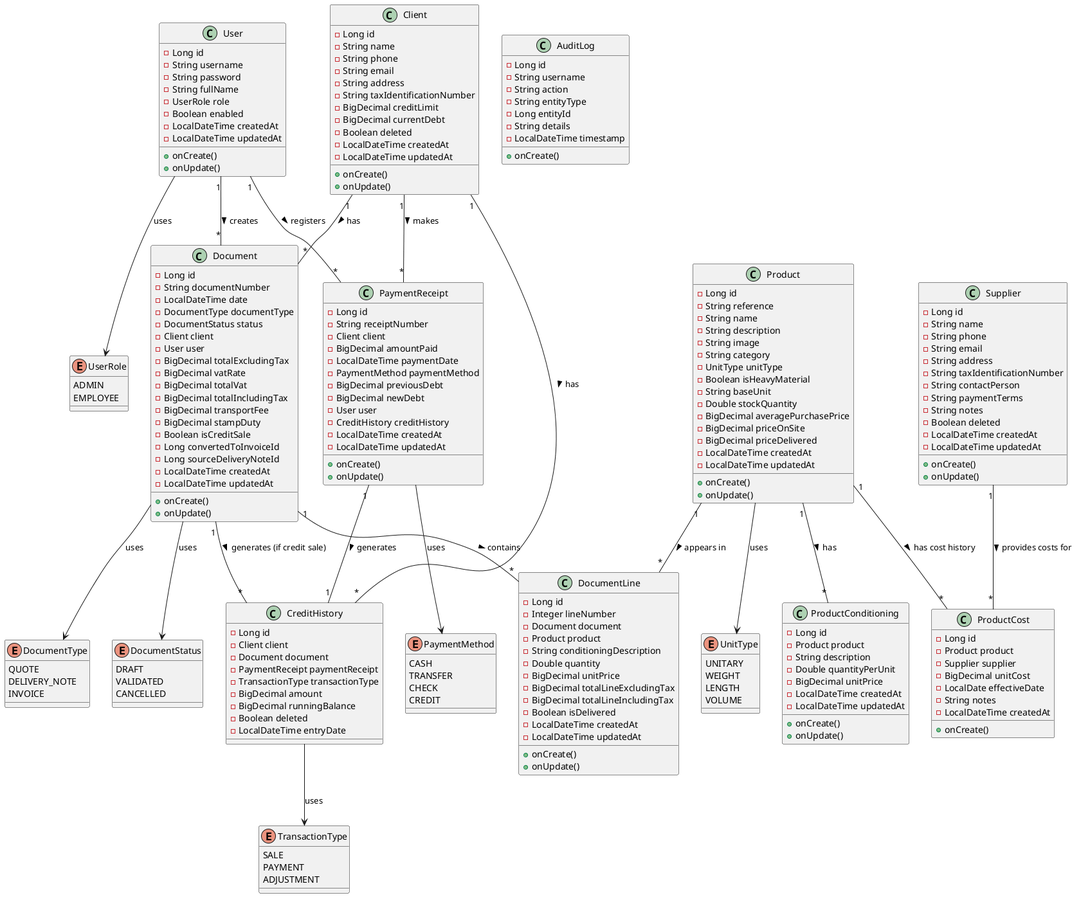
Above: docs/images/Hardware-Store-Class-Diagram.png in mAmineChniti/hardware_store (PlantUML), before the change.
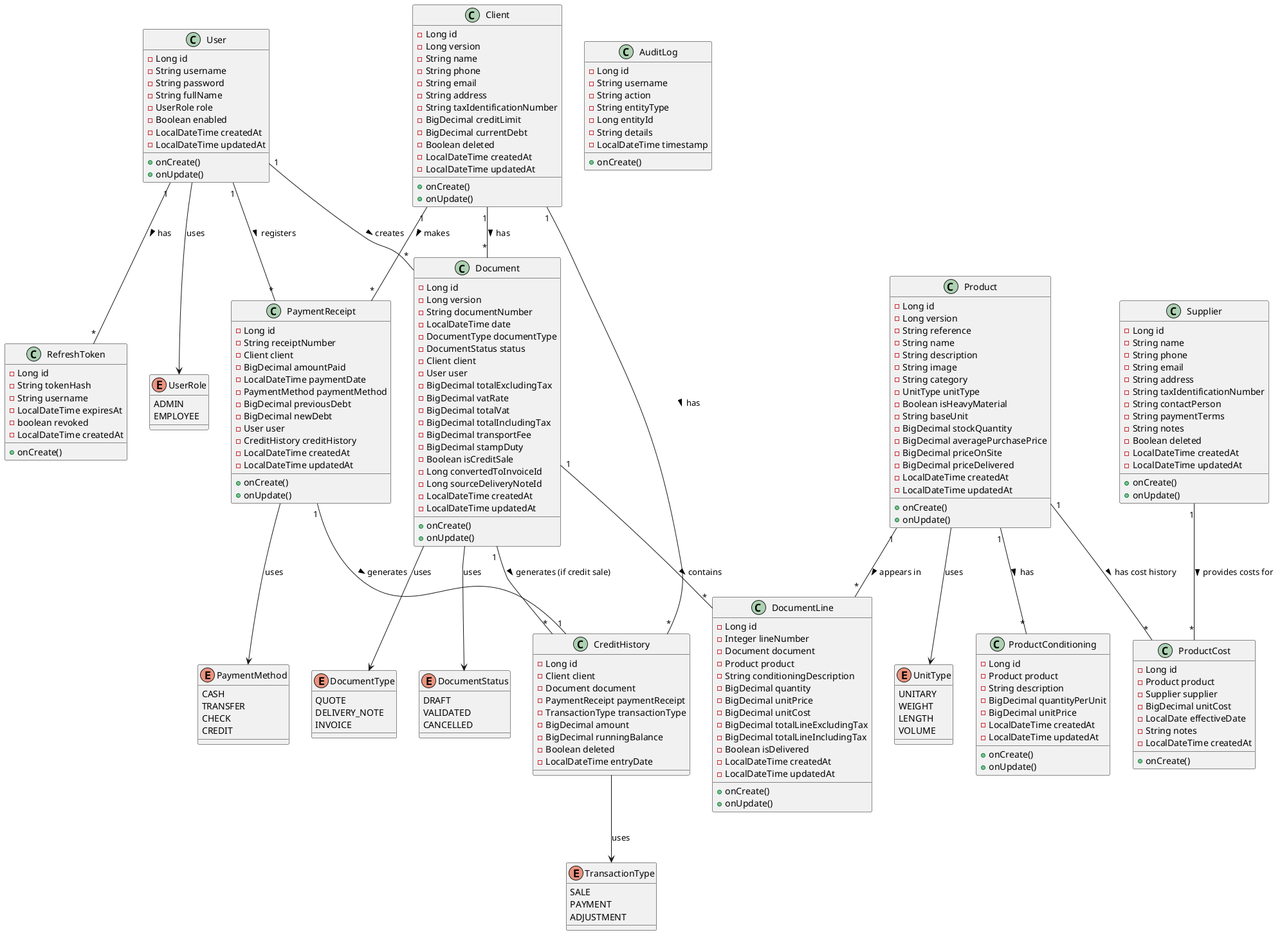
The same diagram one commit later.

What changed in the source:
```diff
@@ -54,6 +54,7 @@
 
 class Client {
   - Long id
+  - Long version
   - String name
   - String phone
   - String email
@@ -87,6 +88,7 @@
 
 class Product {
   - Long id
+  - Long version
   - String reference
   - String name
   - String description
@@ -95,7 +97,7 @@
   - UnitType unitType
   - Boolean isHeavyMaterial
   - String baseUnit
-  - Double stockQuantity
+  - BigDecimal stockQuantity
   - BigDecimal averagePurchasePrice
   - BigDecimal priceOnSite
   - BigDecimal priceDelivered
@@ -109,7 +111,7 @@
   - Long id
   - Product product
   - String description
-  - Double quantityPerUnit
+  - BigDecimal quantityPerUnit
   - BigDecimal unitPrice
   - LocalDateTime createdAt
   - LocalDateTime updatedAt
@@ -130,6 +132,7 @@
 
 class Document {
   - Long id
+  - Long version
   - String documentNumber
   - LocalDateTime date
   - DocumentType documentType
@@ -157,8 +160,9 @@
   - Document document
   - Product product
   - String conditioningDescription
-  - Double quantity
+  - BigDecimal quantity
   - BigDecimal unitPrice
+  - BigDecimal unitCost
   - BigDecimal totalLineExcludingTax
   - BigDecimal totalLineIncludingTax
   - Boolean isDelivered
@@ -208,6 +212,16 @@
   + onCreate()
 }
 
+class RefreshToken {
+  - Long id
+  - String tokenHash
+  - String username
+  - LocalDateTime expiresAt
+  - boolean revoked
+  - LocalDateTime createdAt
+  + onCreate()
+}
+
 
 User --> UserRole : uses
 Product --> UnitType : uses
@@ -218,6 +232,7 @@
 
 User "1" -- "*" Document : creates >
 User "1" -- "*" PaymentReceipt : registers >
+User "1" -- "*" RefreshToken : has >
 
 Client "1" -- "*" Document : has >
 Client "1" -- "*" PaymentReceipt : makes >
```
